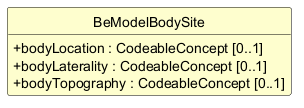
Before: exports/diagrams/BeModelBodySite-uml.png, a diagram exported from PlantUML (caresets/caresets-src). Its diagram source:
```plantuml
@startuml
skinparam shadowing false
skinparam classAttributeIconSize 0
skinparam linetype ortho
skinparam class {
  BackgroundColor #FEFECE
  BorderColor #000000
  ArrowColor #000000
  FontStyle bold
  AttributeFontStyle normal
}
hide circle
hide empty members

class "BeModelBodySite" as BeModelBodySite {
  +bodyLocation : CodeableConcept [0..1]
  +bodyLaterality : CodeableConcept [0..1]
  +bodyTopography : CodeableConcept [0..1]
}

@enduml
```
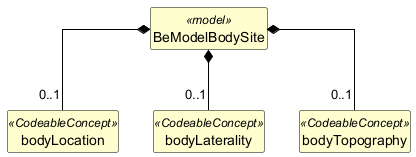
Above is the later version.

The edit, as a diff of the source:
```diff
@@ -12,10 +12,19 @@
 hide circle
 hide empty members
 
-class "BeModelBodySite" as BeModelBodySite {
-  +bodyLocation : CodeableConcept [0..1]
-  +bodyLaterality : CodeableConcept [0..1]
-  +bodyTopography : CodeableConcept [0..1]
+class "BeModelBodySite" as BeModelBodySite <<model>> {
 }
 
+class "bodyLocation" as BeModelBodySite_bodyLocation <<CodeableConcept>> {
+}
+
+class "bodyLaterality" as BeModelBodySite_bodyLaterality <<CodeableConcept>> {
+}
+
+class "bodyTopography" as BeModelBodySite_bodyTopography <<CodeableConcept>> {
+}
+
+BeModelBodySite *-- "0..1" BeModelBodySite_bodyLocation
+BeModelBodySite *-- "0..1" BeModelBodySite_bodyLaterality
+BeModelBodySite *-- "0..1" BeModelBodySite_bodyTopography
 @enduml
```
